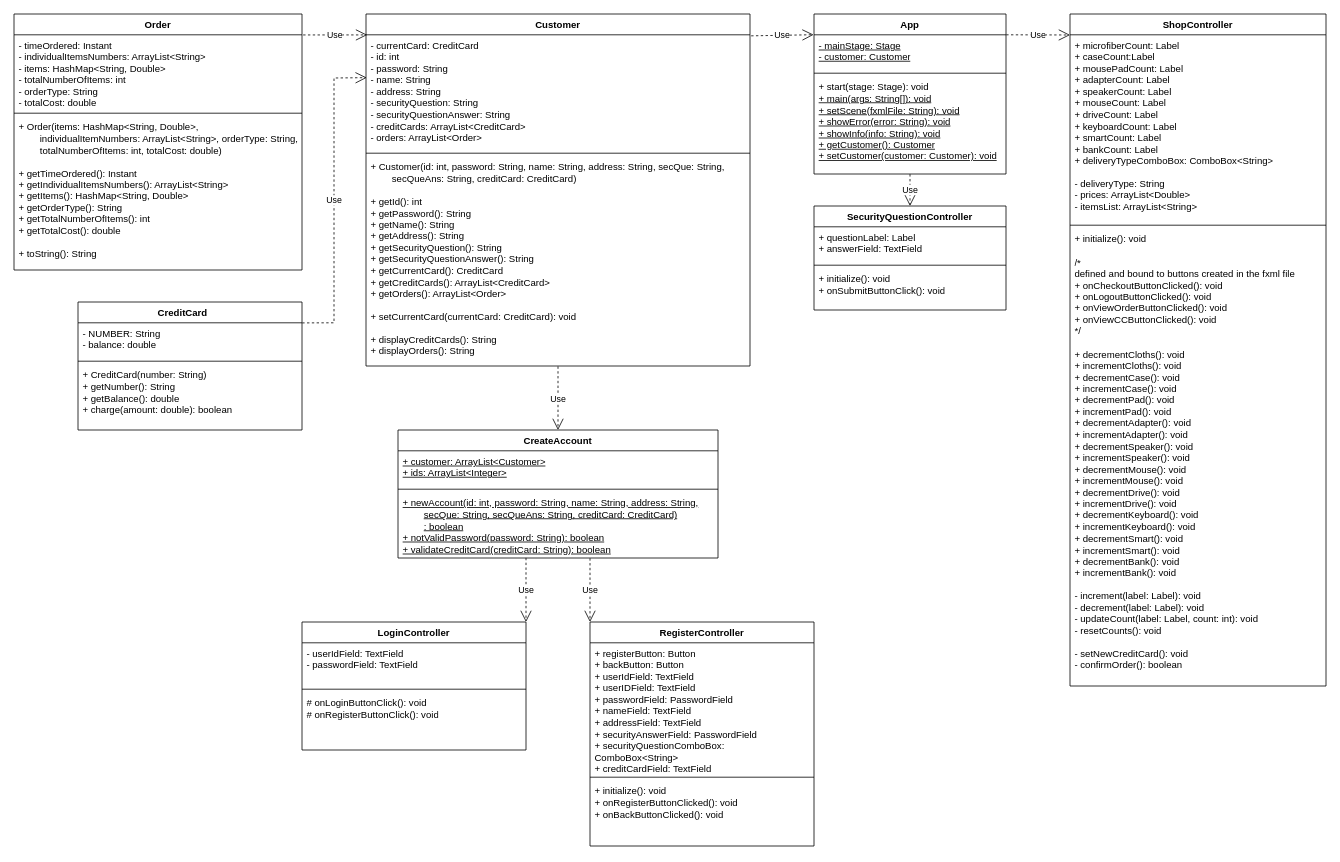
This is COS_GUI_UML.drawio from crapeter/UMLs, a draw.io file, before an edit. Source tidied: cells renumbered, new cells numbered last; positions are measured from the earlier drawing's top-left corner, leaving out a move shared by most shapes. Both pictures are drawn from the tidied source at 80%, with x=0, y=0 at pixel (14, 14).
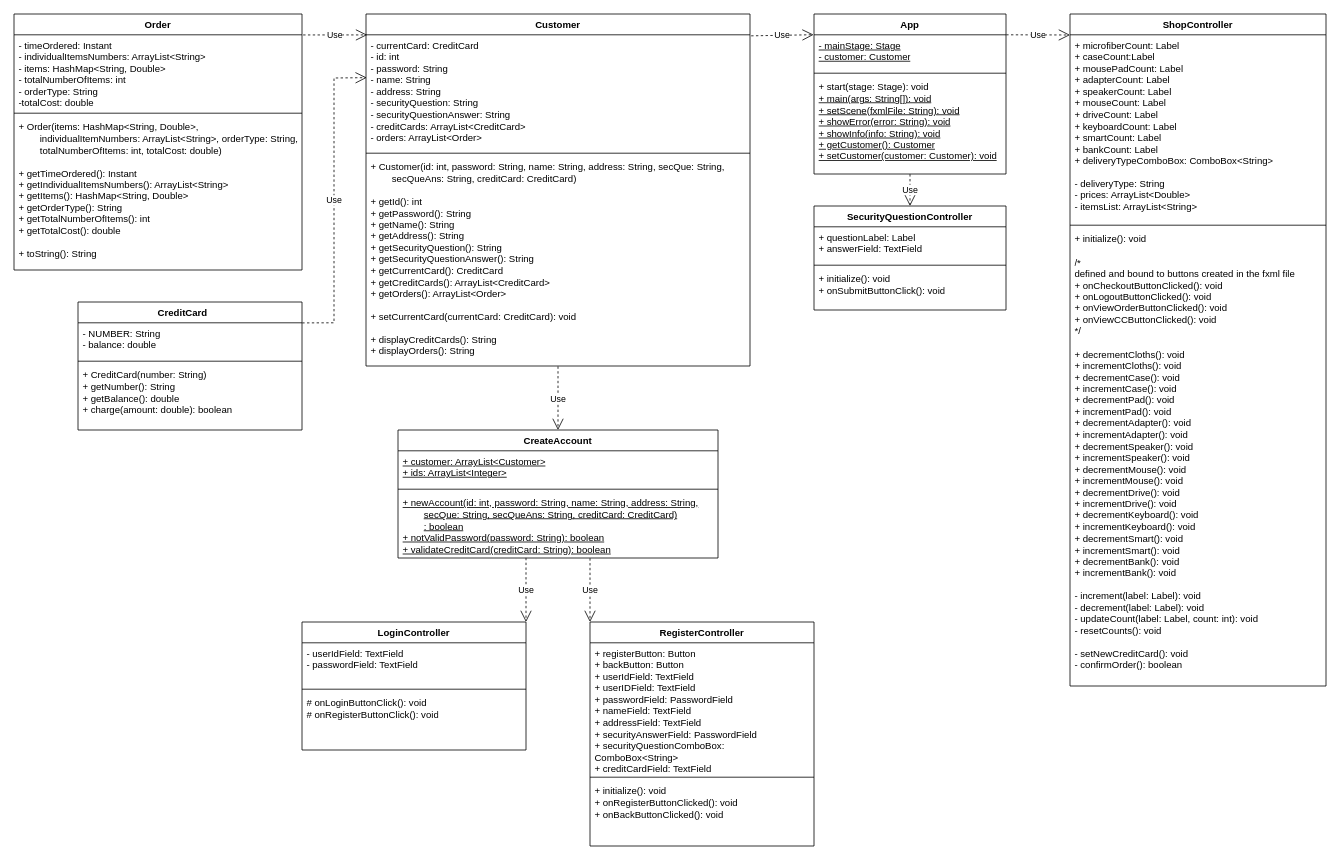
After the change.

The change refers to these unchanged cells:
```xml
<mxCell id="24" value="Order" style="swimlane;fontStyle=1;align=center;verticalAlign=top;horizontal=1;startSize=26;whiteSpace=wrap;html=1;" parent="1" vertex="1">
  <mxGeometry width="360" height="320" as="geometry" />
</mxCell>
```

The edit, as a diff of the source:
```diff
@@
-    <mxCell id="25" value="&lt;div&gt;- timeOrdered: Instant&lt;/div&gt;&lt;div&gt;- individualItemsNumbers: ArrayList&amp;lt;String&amp;gt;&lt;/div&gt;&lt;div&gt;- items: HashMap&amp;lt;String, Double&amp;gt;&lt;/div&gt;&lt;div&gt;- totalNumberOfItems: int&lt;/div&gt;&lt;div&gt;- orderType: String&lt;/div&gt;&lt;div&gt;- totalCost: double&lt;br&gt;&lt;/div&gt;" style="text;strokeColor=none;fillColor=none;align=left;verticalAlign=top;spacingLeft=4;spacingRight=4;overflow=hidden;points=[[0,0.5],[1,0.5]];portConstraint=eastwest;whiteSpace=wrap;html=1;" parent="24" vertex="1">
+    <mxCell id="25" value="&lt;div&gt;- timeOrdered: Instant&lt;/div&gt;&lt;div&gt;- individualItemsNumbers: ArrayList&amp;lt;String&amp;gt;&lt;/div&gt;&lt;div&gt;- items: HashMap&amp;lt;String, Double&amp;gt;&lt;/div&gt;&lt;div&gt;- totalNumberOfItems: int&lt;/div&gt;&lt;div&gt;- orderType: String&lt;/div&gt;&lt;div&gt;-totalCost: double&lt;br&gt;&lt;/div&gt;" style="text;strokeColor=none;fillColor=none;align=left;verticalAlign=top;spacingLeft=4;spacingRight=4;overflow=hidden;points=[[0,0.5],[1,0.5]];portConstraint=eastwest;whiteSpace=wrap;html=1;" parent="24" vertex="1">
       <mxGeometry y="26" width="360" height="94" as="geometry" />
     </mxCell>
```
